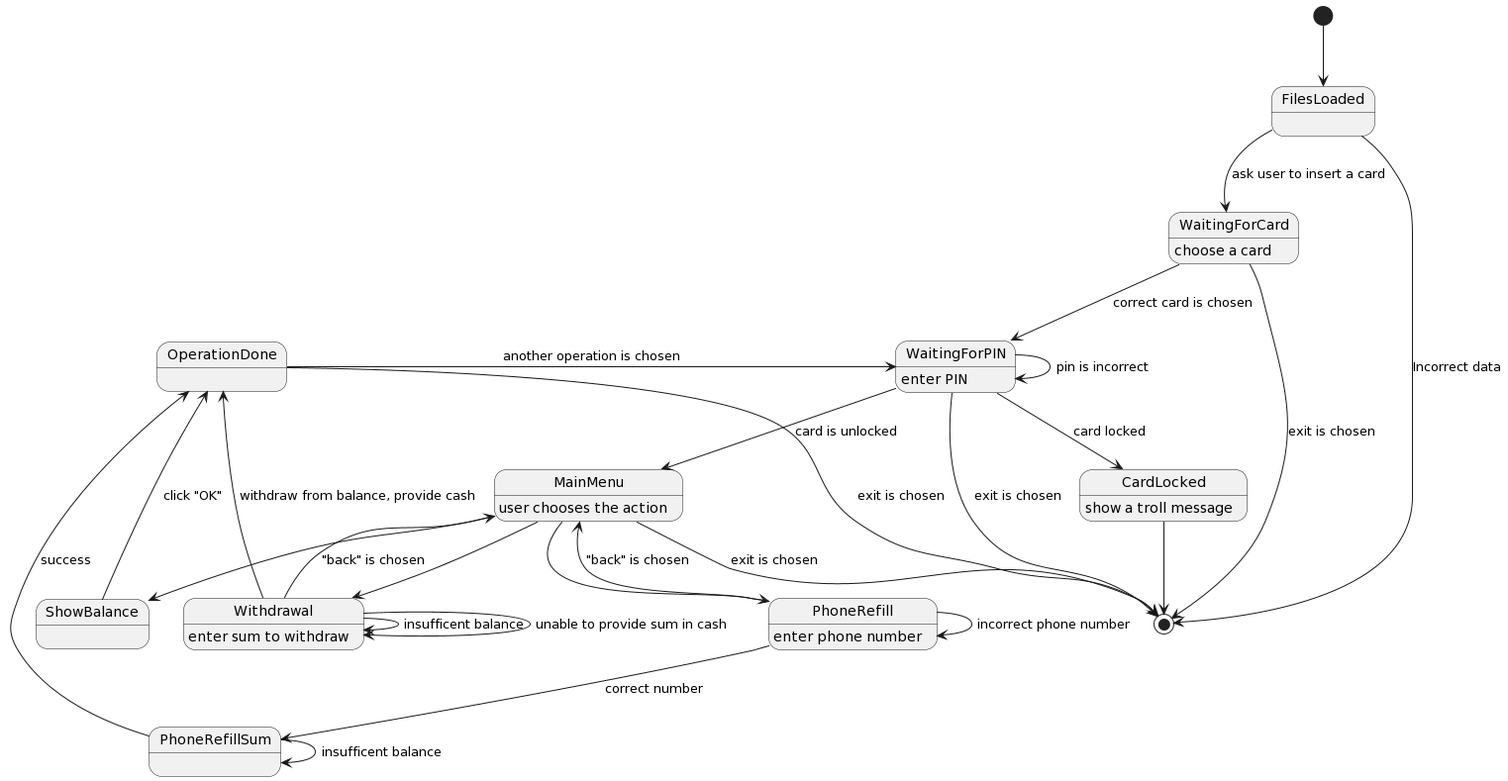
Earlier version of the PlantUML export stateDiagram.png (FallenChromium/ATMSimulator).
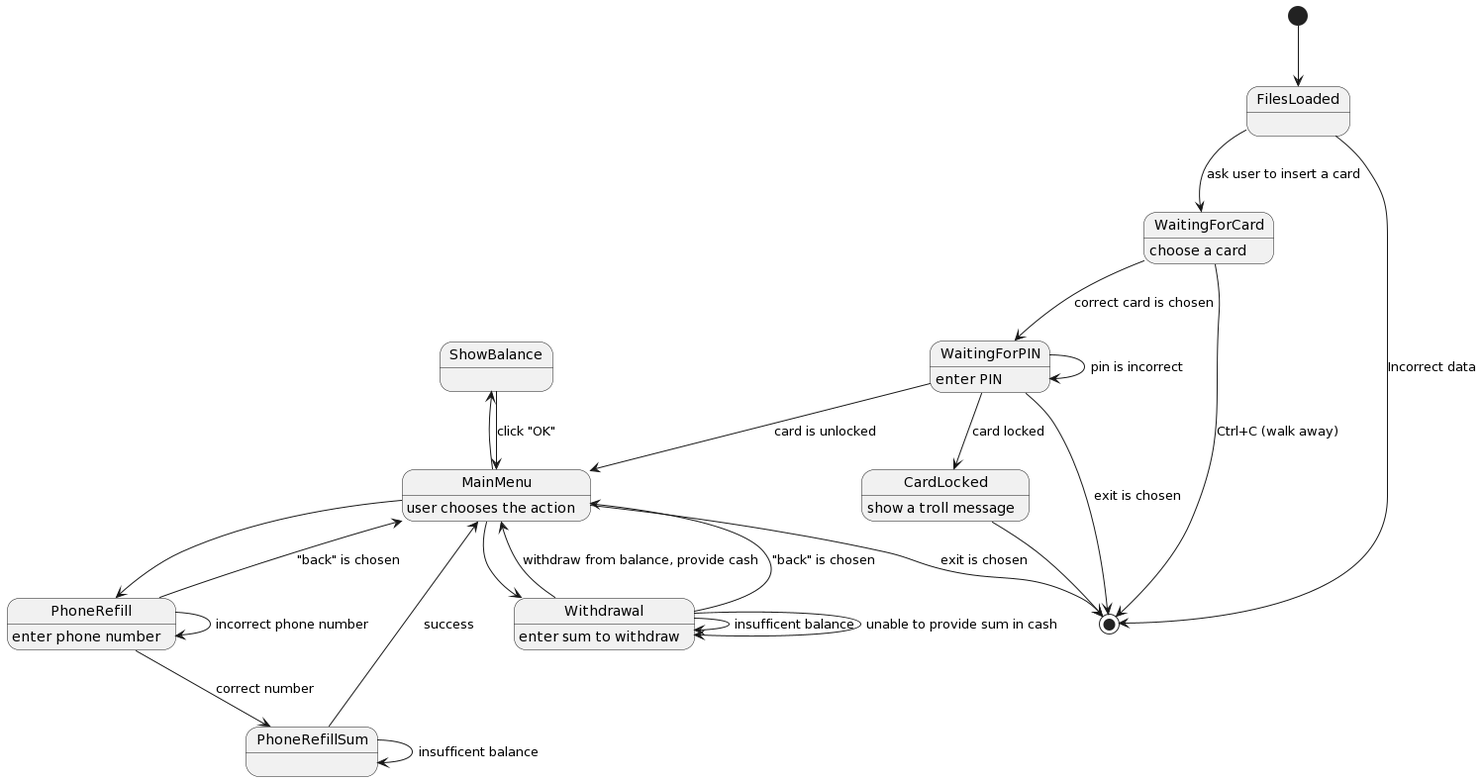
The same diagram one commit later.

Commit message:
Update state diagram

The edit, as a diff of the source:
```diff
@@ -4,7 +4,7 @@
 FilesLoaded --> WaitingForCard: ask user to insert a card
 
 WaitingForCard: choose a card
-WaitingForCard --> [*]: exit is chosen
+WaitingForCard --> [*]: Ctrl+C (walk away)
 WaitingForCard --> WaitingForPIN: correct card is chosen
 WaitingForPIN: enter PIN
 WaitingForPIN --> WaitingForPIN: pin is incorrect
@@ -23,17 +23,14 @@
 PhoneRefill --> PhoneRefill: incorrect phone number
 PhoneRefill --> PhoneRefillSum: correct number
 PhoneRefillSum --> PhoneRefillSum: insufficent balance
-PhoneRefillSum --> OperationDone: success
+PhoneRefillSum --> MainMenu: success
 
-OperationDone -> [*]: exit is chosen
-OperationDone -> WaitingForPIN: another operation is chosen
-
-ShowBalance -> OperationDone: click "OK"
+ShowBalance -> MainMenu: click "OK"
 
 Withdrawal: enter sum to withdraw
 Withdrawal --> Withdrawal: insufficent balance
 Withdrawal --> Withdrawal: unable to provide sum in cash
-Withdrawal --> OperationDone: withdraw from balance, provide cash
+Withdrawal --> MainMenu: withdraw from balance, provide cash
 
 Withdrawal --> MainMenu: "back" is chosen
 PhoneRefill --> MainMenu: "back" is chosen
```
